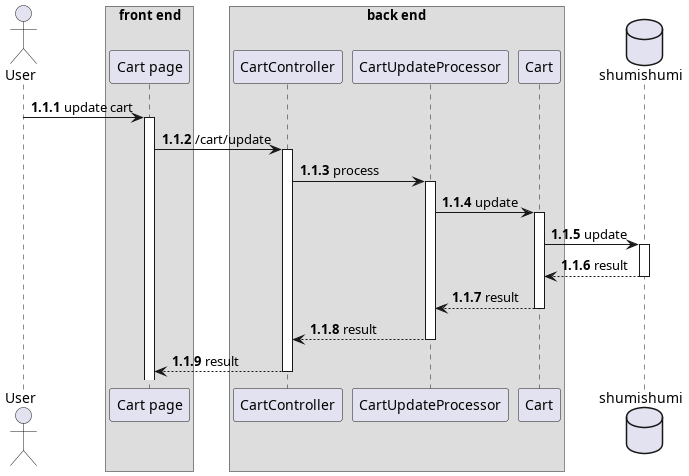
Earlier version of the PlantUML export thesis/latex/diagram/sequence diagram/13. cart/update cart/update cart.png (aldihsuhandi/skripsi-2023). Source of this version:
```plantuml
@startuml template
autonumber 1.1.1

actor User as u

box "front end"
participant "Cart page" as cart
end box

box "back end"
participant "CartController" as cc

participant "CartUpdateProcessor" as updateproc

participant "Cart" as wm
end box

database shumishumi as db

u -> cart++ : update cart
cart -> cc++ : /cart/update
cc -> updateproc++ : process

updateproc -> wm++ : update
wm -> db++ : update
return result
return result
return result
return result

@enduml
```
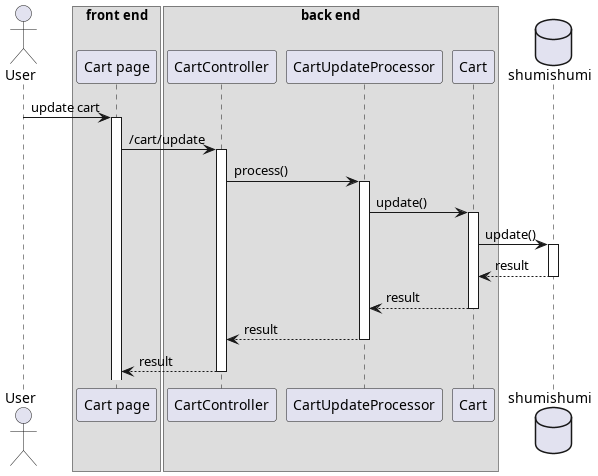
The same diagram one commit later.

Change to the diagram source:
```diff
@@ -1,5 +1,4 @@
 @startuml template
-autonumber 1.1.1
 
 actor User as u
 
@@ -19,10 +18,10 @@
 
 u -> cart++ : update cart
 cart -> cc++ : /cart/update
-cc -> updateproc++ : process
+cc -> updateproc++ : process()
 
-updateproc -> wm++ : update
-wm -> db++ : update
+updateproc -> wm++ : update()
+wm -> db++ : update()
 return result
 return result
 return result
```
